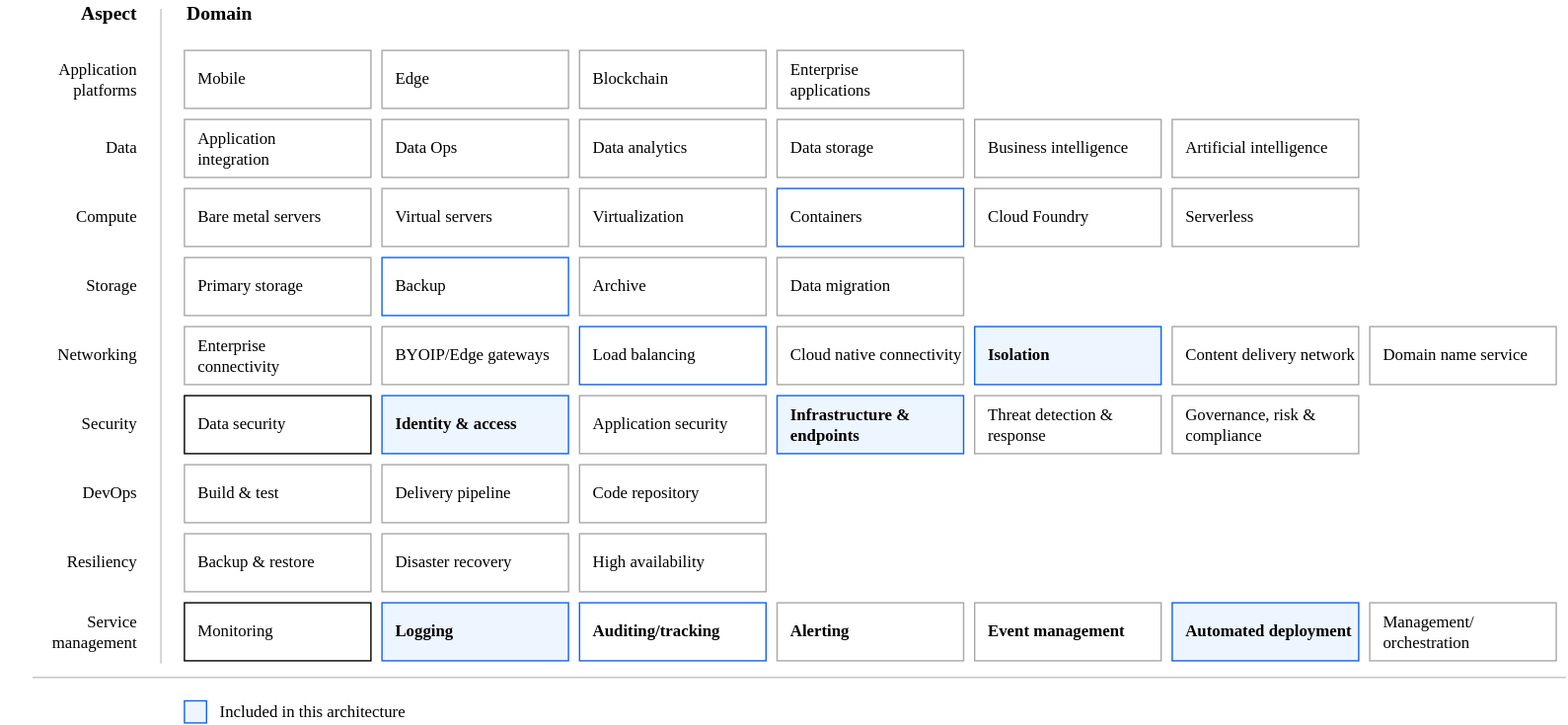
Earlier version of the draw.io export reference-architectures/heat-map-deploy-arch-slz-vpc-quickstart.svg (terraform-ibm-modules/terraform-ibm-landing-zone-vpc). Source tidied: cells renumbered, new cells last; positions are measured from the earlier drawing's top-left corner, leaving out a move shared by most shapes. Its diagram source:
```xml
<mxGraphModel>
  <root>
    <mxCell id="0" />
    <mxCell id="1" parent="0" />
    <mxCell id="2" value="Application&lt;br&gt;integration" style="rounded=0;whiteSpace=wrap;html=1;strokeColor=#A8A8A8;align=left;spacingLeft=8;fontFamily=IBM Plex Sans;fillColor=default;fontStyle=0;" parent="1" vertex="1">
      <mxGeometry x="133" y="86" width="135" height="42" as="geometry" />
    </mxCell>
    <mxCell id="3" value="Mobile" style="rounded=0;whiteSpace=wrap;html=1;strokeColor=#A8A8A8;align=left;spacingLeft=8;fontFamily=IBM Plex Sans;fontStyle=0;fillColor=default;" parent="1" vertex="1">
      <mxGeometry x="133" y="36" width="135" height="42" as="geometry" />
    </mxCell>
    <mxCell id="4" value="Bare metal servers" style="rounded=0;whiteSpace=wrap;html=1;strokeColor=#A8A8A8;align=left;spacingLeft=8;fontFamily=IBM Plex Sans;" parent="1" vertex="1">
      <mxGeometry x="133" y="136" width="135" height="42" as="geometry" />
    </mxCell>
    <mxCell id="5" value="Primary storage" style="rounded=0;whiteSpace=wrap;html=1;strokeColor=#A8A8A8;align=left;spacingLeft=8;fontFamily=IBM Plex Sans;" parent="1" vertex="1">
      <mxGeometry x="133" y="186" width="135" height="42" as="geometry" />
    </mxCell>
    <mxCell id="6" value="Enterprise &lt;br&gt;connectivity" style="rounded=0;whiteSpace=wrap;html=1;strokeColor=#A8A8A8;align=left;spacingLeft=8;fontFamily=IBM Plex Sans;fillColor=default;fontStyle=0;" parent="1" vertex="1">
      <mxGeometry x="133" y="236" width="135" height="42" as="geometry" />
    </mxCell>
    <mxCell id="7" value="Build &amp;amp; test" style="rounded=0;whiteSpace=wrap;html=1;strokeColor=#A8A8A8;align=left;spacingLeft=8;fontFamily=IBM Plex Sans;" parent="1" vertex="1">
      <mxGeometry x="133" y="336" width="135" height="42" as="geometry" />
    </mxCell>
    <mxCell id="8" value="Data security" style="rounded=0;whiteSpace=wrap;html=1;strokeColor=default;align=left;spacingLeft=8;fontFamily=IBM Plex Sans;fontStyle=0;fillColor=default;" parent="1" vertex="1">
      <mxGeometry x="133" y="286" width="135" height="42" as="geometry" />
    </mxCell>
    <mxCell id="9" value="Backup &amp;amp; restore" style="rounded=0;whiteSpace=wrap;html=1;strokeColor=#A8A8A8;align=left;spacingLeft=8;fontFamily=IBM Plex Sans;" parent="1" vertex="1">
      <mxGeometry x="133" y="386" width="135" height="42" as="geometry" />
    </mxCell>
    <mxCell id="10" value="Monitoring" style="rounded=0;whiteSpace=wrap;html=1;strokeColor=default;align=left;spacingLeft=8;fontFamily=IBM Plex Sans;fontStyle=0;fillColor=default;" parent="1" vertex="1">
      <mxGeometry x="133" y="436" width="135" height="42" as="geometry" />
    </mxCell>
    <mxCell id="11" value="Edge" style="rounded=0;whiteSpace=wrap;html=1;strokeColor=#A8A8A8;align=left;spacingLeft=8;fontFamily=IBM Plex Sans;fillColor=default;fontStyle=0;" parent="1" vertex="1">
      <mxGeometry x="276" y="36" width="135" height="42" as="geometry" />
    </mxCell>
    <mxCell id="12" value="Blockchain" style="rounded=0;whiteSpace=wrap;html=1;strokeColor=#A8A8A8;align=left;spacingLeft=8;fontFamily=IBM Plex Sans;fillColor=default;fontStyle=0;" parent="1" vertex="1">
      <mxGeometry x="419" y="36" width="135" height="42" as="geometry" />
    </mxCell>
    <mxCell id="13" value="Enterprise &lt;br&gt;applications" style="rounded=0;whiteSpace=wrap;html=1;strokeColor=#A8A8A8;align=left;spacingLeft=8;fontFamily=IBM Plex Sans;fillColor=default;fontStyle=0;" parent="1" vertex="1">
      <mxGeometry x="562" y="36" width="135" height="42" as="geometry" />
    </mxCell>
    <mxCell id="14" value="Data Ops" style="rounded=0;whiteSpace=wrap;html=1;strokeColor=#A8A8A8;align=left;spacingLeft=8;fontFamily=IBM Plex Sans;fillColor=default;fontStyle=0;" parent="1" vertex="1">
      <mxGeometry x="276" y="86" width="135" height="42" as="geometry" />
    </mxCell>
    <mxCell id="15" value="Data analytics" style="rounded=0;whiteSpace=wrap;html=1;strokeColor=#A8A8A8;align=left;spacingLeft=8;fontFamily=IBM Plex Sans;fillColor=default;fontStyle=0;" parent="1" vertex="1">
      <mxGeometry x="419" y="86" width="135" height="42" as="geometry" />
    </mxCell>
    <mxCell id="16" value="Data storage" style="rounded=0;whiteSpace=wrap;html=1;strokeColor=#A8A8A8;align=left;spacingLeft=8;fontFamily=IBM Plex Sans;fillColor=default;fontStyle=0;" parent="1" vertex="1">
      <mxGeometry x="562" y="86" width="135" height="42" as="geometry" />
    </mxCell>
    <mxCell id="17" value="Business intelligence" style="rounded=0;whiteSpace=wrap;html=1;strokeColor=#A8A8A8;align=left;spacingLeft=8;fontFamily=IBM Plex Sans;fillColor=default;fontStyle=0;" parent="1" vertex="1">
      <mxGeometry x="705" y="86" width="135" height="42" as="geometry" />
    </mxCell>
    <mxCell id="18" value="Virtual servers" style="rounded=0;whiteSpace=wrap;html=1;strokeColor=#A8A8A8;align=left;spacingLeft=8;fontFamily=IBM Plex Sans;fillColor=#FFFFFF;fontStyle=0;" parent="1" vertex="1">
      <mxGeometry x="276" y="136" width="135" height="42" as="geometry" />
    </mxCell>
    <mxCell id="19" value="Virtualization" style="rounded=0;whiteSpace=wrap;html=1;strokeColor=#A8A8A8;align=left;spacingLeft=8;fontFamily=IBM Plex Sans;fillColor=default;fontStyle=0;" parent="1" vertex="1">
      <mxGeometry x="419" y="136" width="135" height="42" as="geometry" />
    </mxCell>
    <mxCell id="20" value="Containers" style="rounded=0;whiteSpace=wrap;html=1;strokeColor=light-dark(#0E62FD,#5D5D5D);align=left;spacingLeft=8;fontFamily=IBM Plex Sans;fillColor=default;fontStyle=0;" parent="1" vertex="1">
      <mxGeometry x="562" y="136" width="135" height="42" as="geometry" />
    </mxCell>
    <mxCell id="21" value="Cloud Foundry" style="rounded=0;whiteSpace=wrap;html=1;strokeColor=#A8A8A8;align=left;spacingLeft=8;fontFamily=IBM Plex Sans;fillColor=default;fontStyle=0;" parent="1" vertex="1">
      <mxGeometry x="705" y="136" width="135" height="42" as="geometry" />
    </mxCell>
    <mxCell id="22" value="Serverless" style="rounded=0;whiteSpace=wrap;html=1;strokeColor=#A8A8A8;align=left;spacingLeft=8;fontFamily=IBM Plex Sans;fillColor=default;fontStyle=0;" parent="1" vertex="1">
      <mxGeometry x="848" y="136" width="135" height="42" as="geometry" />
    </mxCell>
    <mxCell id="23" value="Backup" style="rounded=0;whiteSpace=wrap;html=1;strokeColor=light-dark(#0E62FD,#5D5D5D);align=left;spacingLeft=8;fontFamily=IBM Plex Sans;fillColor=default;fontStyle=0;" parent="1" vertex="1">
      <mxGeometry x="276" y="186" width="135" height="42" as="geometry" />
    </mxCell>
    <mxCell id="24" value="Archive" style="rounded=0;whiteSpace=wrap;html=1;strokeColor=#A8A8A8;align=left;spacingLeft=8;fontFamily=IBM Plex Sans;fillColor=default;fontStyle=0;" parent="1" vertex="1">
      <mxGeometry x="419" y="186" width="135" height="42" as="geometry" />
    </mxCell>
    <mxCell id="25" value="Data migration" style="rounded=0;whiteSpace=wrap;html=1;strokeColor=#A8A8A8;align=left;spacingLeft=8;fontFamily=IBM Plex Sans;fillColor=default;fontStyle=0;" parent="1" vertex="1">
      <mxGeometry x="562" y="186" width="135" height="42" as="geometry" />
    </mxCell>
    <mxCell id="26" value="BYOIP/Edge gateways" style="rounded=0;whiteSpace=wrap;html=1;strokeColor=#A8A8A8;align=left;spacingLeft=8;fontFamily=IBM Plex Sans;fillColor=default;fontStyle=0;" parent="1" vertex="1">
      <mxGeometry x="276" y="236" width="135" height="42" as="geometry" />
    </mxCell>
    <mxCell id="27" value="Load balancing" style="rounded=0;whiteSpace=wrap;html=1;strokeColor=light-dark(#0E62FD,#5D5D5D);align=left;spacingLeft=8;fontFamily=IBM Plex Sans;fillColor=default;fontStyle=0;" parent="1" vertex="1">
      <mxGeometry x="419" y="236" width="135" height="42" as="geometry" />
    </mxCell>
    <mxCell id="28" value="Cloud native connectivity" style="rounded=0;whiteSpace=wrap;html=1;strokeColor=#A8A8A8;align=left;spacingLeft=8;fontFamily=IBM Plex Sans;fillColor=default;fontStyle=0;" parent="1" vertex="1">
      <mxGeometry x="562" y="236" width="135" height="42" as="geometry" />
    </mxCell>
    <mxCell id="29" value="Isolation" style="rounded=0;whiteSpace=wrap;html=1;strokeColor=#0E62FD;align=left;spacingLeft=8;fontFamily=IBM Plex Sans;fillColor=#EDF5FF;fontStyle=1;" parent="1" vertex="1">
      <mxGeometry x="705" y="236" width="135" height="42" as="geometry" />
    </mxCell>
    <mxCell id="30" value="Content delivery network" style="rounded=0;whiteSpace=wrap;html=1;strokeColor=#A8A8A8;align=left;spacingLeft=8;fontFamily=IBM Plex Sans;fillColor=default;fontStyle=0;" parent="1" vertex="1">
      <mxGeometry x="848" y="236" width="135" height="42" as="geometry" />
    </mxCell>
    <mxCell id="31" value="Domain name service" style="rounded=0;whiteSpace=wrap;html=1;strokeColor=#A8A8A8;align=left;spacingLeft=8;fontFamily=IBM Plex Sans;fillColor=default;fontStyle=0;" parent="1" vertex="1">
      <mxGeometry x="991" y="236" width="135" height="42" as="geometry" />
    </mxCell>
    <mxCell id="32" value="Identity &amp;amp; access" style="rounded=0;whiteSpace=wrap;html=1;strokeColor=light-dark(#0E62FD,#5CA4FF);align=left;spacingLeft=8;fontFamily=IBM Plex Sans;fillColor=light-dark(#EDF5FF,#151C24);fontStyle=1;" parent="1" vertex="1">
      <mxGeometry x="276" y="286" width="135" height="42" as="geometry" />
    </mxCell>
    <mxCell id="33" value="Application security" style="rounded=0;whiteSpace=wrap;html=1;strokeColor=#A8A8A8;align=left;spacingLeft=8;fontFamily=IBM Plex Sans;fillColor=default;fontStyle=0;" parent="1" vertex="1">
      <mxGeometry x="419" y="286" width="135" height="42" as="geometry" />
    </mxCell>
    <mxCell id="34" value="Infrastructure &amp;amp; endpoints" style="rounded=0;whiteSpace=wrap;html=1;strokeColor=#0E62FD;align=left;spacingLeft=8;fontFamily=IBM Plex Sans;fillColor=#EDF5FF;fontStyle=1;" parent="1" vertex="1">
      <mxGeometry x="562" y="286" width="135" height="42" as="geometry" />
    </mxCell>
    <mxCell id="35" value="Threat detection &amp;amp; response" style="rounded=0;whiteSpace=wrap;html=1;strokeColor=#A8A8A8;align=left;spacingLeft=8;fontFamily=IBM Plex Sans;fillColor=default;fontStyle=0;" parent="1" vertex="1">
      <mxGeometry x="705" y="286" width="135" height="42" as="geometry" />
    </mxCell>
    <mxCell id="36" value="Governance, risk &amp;amp; compliance" style="rounded=0;whiteSpace=wrap;html=1;strokeColor=#A8A8A8;align=left;spacingLeft=8;fontFamily=IBM Plex Sans;fillColor=default;fontStyle=0;" parent="1" vertex="1">
      <mxGeometry x="848" y="286" width="135" height="42" as="geometry" />
    </mxCell>
    <mxCell id="37" value="Delivery pipeline" style="rounded=0;whiteSpace=wrap;html=1;strokeColor=#A8A8A8;align=left;spacingLeft=8;fontFamily=IBM Plex Sans;fillColor=default;fontStyle=0;" parent="1" vertex="1">
      <mxGeometry x="276" y="336" width="135" height="42" as="geometry" />
    </mxCell>
    <mxCell id="38" value="Code repository" style="rounded=0;whiteSpace=wrap;html=1;strokeColor=#A8A8A8;align=left;spacingLeft=8;fontFamily=IBM Plex Sans;fillColor=default;fontStyle=0;" parent="1" vertex="1">
      <mxGeometry x="419" y="336" width="135" height="42" as="geometry" />
    </mxCell>
    <mxCell id="39" value="Disaster recovery" style="rounded=0;whiteSpace=wrap;html=1;strokeColor=#A8A8A8;align=left;spacingLeft=8;fontFamily=IBM Plex Sans;fillColor=default;fontStyle=0;" parent="1" vertex="1">
      <mxGeometry x="276" y="386" width="135" height="42" as="geometry" />
    </mxCell>
    <mxCell id="40" value="High availability" style="rounded=0;whiteSpace=wrap;html=1;strokeColor=#A8A8A8;align=left;spacingLeft=8;fontFamily=IBM Plex Sans;fillColor=default;fontStyle=0;" parent="1" vertex="1">
      <mxGeometry x="419" y="386" width="135" height="42" as="geometry" />
    </mxCell>
    <mxCell id="41" value="Logging" style="rounded=0;whiteSpace=wrap;html=1;strokeColor=light-dark(#0E62FD,#5CA4FF);align=left;spacingLeft=8;fontFamily=IBM Plex Sans;fillColor=light-dark(#EDF5FF,#151C24);fontStyle=1;" parent="1" vertex="1">
      <mxGeometry x="276" y="436" width="135" height="42" as="geometry" />
    </mxCell>
    <mxCell id="42" value="Auditing/tracking" style="rounded=0;whiteSpace=wrap;html=1;strokeColor=light-dark(#0E62FD,#5CA4FF);align=left;spacingLeft=8;fontFamily=IBM Plex Sans;fillColor=default;fontStyle=1;" parent="1" vertex="1">
      <mxGeometry x="419" y="436" width="135" height="42" as="geometry" />
    </mxCell>
    <mxCell id="43" value="Alerting" style="rounded=0;whiteSpace=wrap;html=1;strokeColor=light-dark(#A8A8A8,#5CA4FF);align=left;spacingLeft=8;fontFamily=IBM Plex Sans;fillColor=light-dark(#FFFFFF,#151C24);fontStyle=1;" parent="1" vertex="1">
      <mxGeometry x="562" y="436" width="135" height="42" as="geometry" />
    </mxCell>
    <mxCell id="44" value="Event management" style="rounded=0;whiteSpace=wrap;html=1;strokeColor=light-dark(#A8A8A8,#5CA4FF);align=left;spacingLeft=8;fontFamily=IBM Plex Sans;fillColor=light-dark(#FFFFFF,#151C24);fontStyle=1;" parent="1" vertex="1">
      <mxGeometry x="705" y="436" width="135" height="42" as="geometry" />
    </mxCell>
    <mxCell id="45" value="Automated deployment" style="rounded=0;whiteSpace=wrap;html=1;strokeColor=#0E62FD;align=left;spacingLeft=8;fontFamily=IBM Plex Sans;fillColor=#EDF5FF;fontStyle=1;" parent="1" vertex="1">
      <mxGeometry x="848" y="436" width="135" height="42" as="geometry" />
    </mxCell>
    <mxCell id="46" value="Management/&lt;br&gt;orchestration" style="rounded=0;whiteSpace=wrap;html=1;strokeColor=#A8A8A8;align=left;spacingLeft=8;fontFamily=IBM Plex Sans;fillColor=default;fontStyle=0;" parent="1" vertex="1">
      <mxGeometry x="991" y="436" width="135" height="42" as="geometry" />
    </mxCell>
    <mxCell id="47" style="endArrow=none;html=1;rounded=0;fontFamily=IBM Plex Sans;fontSize=12;fontColor=default;strokeColor=#C6C6C6;" parent="1" edge="1">
      <mxGeometry relative="1" as="geometry">
        <mxPoint x="116" y="480" as="sourcePoint" />
        <mxPoint x="116" y="6" as="targetPoint" />
      </mxGeometry>
    </mxCell>
    <mxCell id="48" value="Domain" style="text;strokeColor=none;fillColor=none;html=1;fontSize=14;fontStyle=1;verticalAlign=middle;align=left;rounded=0;fontFamily=IBM Plex Sans;fontColor=default;" parent="1" vertex="1">
      <mxGeometry x="133" width="100" height="20" as="geometry" />
    </mxCell>
    <mxCell id="49" value="Aspect" style="text;strokeColor=none;fillColor=none;html=1;fontSize=14;fontStyle=1;verticalAlign=middle;align=right;rounded=0;fontFamily=IBM Plex Sans;fontColor=default;" parent="1" vertex="1">
      <mxGeometry width="100" height="20" as="geometry" />
    </mxCell>
    <mxCell id="50" value="Application &lt;br&gt;platforms" style="text;strokeColor=none;fillColor=none;html=1;fontSize=12;fontStyle=0;verticalAlign=middle;align=right;rounded=0;fontFamily=IBM Plex Sans;fontColor=default;" parent="1" vertex="1">
      <mxGeometry y="47" width="100" height="20" as="geometry" />
    </mxCell>
    <mxCell id="51" value="Data" style="text;strokeColor=none;fillColor=none;html=1;fontSize=12;fontStyle=0;verticalAlign=middle;align=right;rounded=0;fontFamily=IBM Plex Sans;fontColor=default;" parent="1" vertex="1">
      <mxGeometry y="97" width="100" height="20" as="geometry" />
    </mxCell>
    <mxCell id="52" value="Compute" style="text;strokeColor=none;fillColor=none;html=1;fontSize=12;fontStyle=0;verticalAlign=middle;align=right;rounded=0;fontFamily=IBM Plex Sans;fontColor=default;" parent="1" vertex="1">
      <mxGeometry y="147" width="100" height="20" as="geometry" />
    </mxCell>
    <mxCell id="53" value="Storage" style="text;strokeColor=none;fillColor=none;html=1;fontSize=12;fontStyle=0;verticalAlign=middle;align=right;rounded=0;fontFamily=IBM Plex Sans;fontColor=default;" parent="1" vertex="1">
      <mxGeometry y="197" width="100" height="20" as="geometry" />
    </mxCell>
    <mxCell id="54" value="Networking" style="text;strokeColor=none;fillColor=none;html=1;fontSize=12;fontStyle=0;verticalAlign=middle;align=right;rounded=0;fontFamily=IBM Plex Sans;fontColor=default;" parent="1" vertex="1">
      <mxGeometry y="247" width="100" height="20" as="geometry" />
    </mxCell>
    <mxCell id="55" value="Security" style="text;strokeColor=none;fillColor=none;html=1;fontSize=12;fontStyle=0;verticalAlign=middle;align=right;rounded=0;fontFamily=IBM Plex Sans;fontColor=default;" parent="1" vertex="1">
      <mxGeometry y="297" width="100" height="20" as="geometry" />
    </mxCell>
    <mxCell id="56" value="DevOps" style="text;strokeColor=none;fillColor=none;html=1;fontSize=12;fontStyle=0;verticalAlign=middle;align=right;rounded=0;fontFamily=IBM Plex Sans;fontColor=default;" parent="1" vertex="1">
      <mxGeometry y="347" width="100" height="20" as="geometry" />
    </mxCell>
    <mxCell id="57" value="Resiliency" style="text;strokeColor=none;fillColor=none;html=1;fontSize=12;fontStyle=0;verticalAlign=middle;align=right;rounded=0;fontFamily=IBM Plex Sans;fontColor=default;" parent="1" vertex="1">
      <mxGeometry y="397" width="100" height="20" as="geometry" />
    </mxCell>
    <mxCell id="58" value="Service&lt;br&gt;management" style="text;strokeColor=none;fillColor=none;html=1;fontSize=12;fontStyle=0;verticalAlign=middle;align=right;rounded=0;fontFamily=IBM Plex Sans;fontColor=default;" parent="1" vertex="1">
      <mxGeometry y="447" width="100" height="20" as="geometry" />
    </mxCell>
    <mxCell id="59" style="endArrow=none;html=1;rounded=0;fontFamily=IBM Plex Sans;fontSize=12;fontColor=default;strokeColor=#C6C6C6;" parent="1" edge="1">
      <mxGeometry relative="1" as="geometry">
        <mxPoint x="23" y="490" as="sourcePoint" />
        <mxPoint x="1133" y="490" as="targetPoint" />
      </mxGeometry>
    </mxCell>
    <mxCell id="60" style="rounded=0;whiteSpace=wrap;html=1;strokeColor=#0E62FD;align=left;spacingLeft=8;fontFamily=IBM Plex Sans;fontStyle=1;fillColor=#EDF5FF;" parent="1" vertex="1">
      <mxGeometry x="133" y="507" width="16" height="16" as="geometry" />
    </mxCell>
    <mxCell id="61" value="Included in this architecture" style="text;strokeColor=none;fillColor=none;html=1;fontSize=12;fontStyle=0;verticalAlign=middle;align=left;rounded=0;fontFamily=IBM Plex Sans;fontColor=default;" parent="1" vertex="1">
      <mxGeometry x="157" y="505" width="100" height="20" as="geometry" />
    </mxCell>
    <mxCell id="62" value="Artificial intelligence" style="rounded=0;whiteSpace=wrap;html=1;strokeColor=#A8A8A8;align=left;spacingLeft=8;fontFamily=IBM Plex Sans;fillColor=default;fontStyle=0;" parent="1" vertex="1">
      <mxGeometry x="848" y="86" width="135" height="42" as="geometry" />
    </mxCell>
  </root>
</mxGraphModel>
```
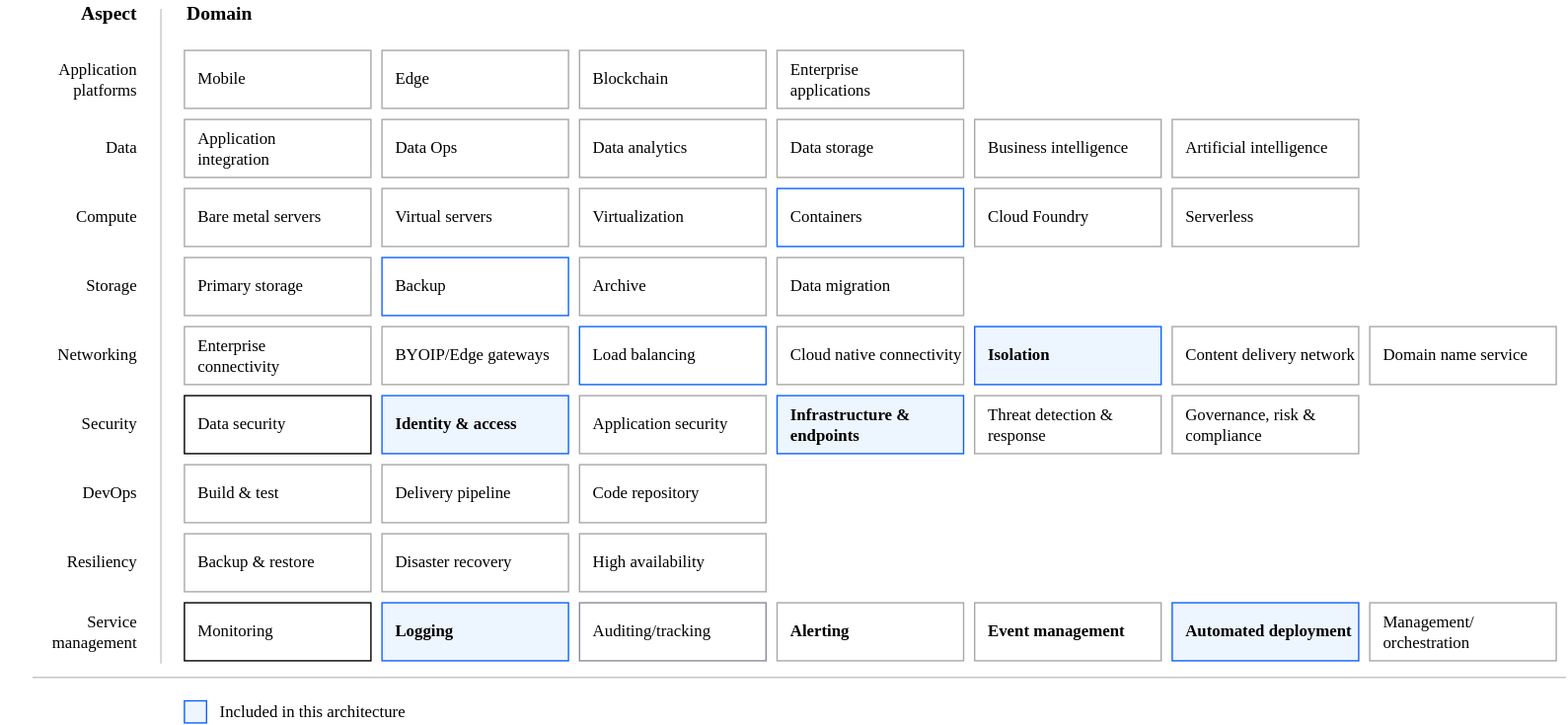
The same diagram one commit later.

Commit message:
updated ref_arch

Diff of the diagram source:
```diff
@@ -122,7 +122,7 @@
     <mxCell id="41" value="Logging" style="rounded=0;whiteSpace=wrap;html=1;strokeColor=light-dark(#0E62FD,#5CA4FF);align=left;spacingLeft=8;fontFamily=IBM Plex Sans;fillColor=light-dark(#EDF5FF,#151C24);fontStyle=1;" parent="1" vertex="1">
       <mxGeometry x="276" y="436" width="135" height="42" as="geometry" />
     </mxCell>
-    <mxCell id="42" value="Auditing/tracking" style="rounded=0;whiteSpace=wrap;html=1;strokeColor=light-dark(#0E62FD,#5CA4FF);align=left;spacingLeft=8;fontFamily=IBM Plex Sans;fillColor=default;fontStyle=1;" parent="1" vertex="1">
+    <mxCell id="42" value="&lt;span style=&quot;font-weight: normal;&quot;&gt;Auditing/tracking&lt;/span&gt;" style="rounded=0;whiteSpace=wrap;html=1;strokeColor=light-dark(#878D96,#000000);align=left;spacingLeft=8;fontFamily=IBM Plex Sans;fillColor=default;fontStyle=1;" parent="1" vertex="1">
       <mxGeometry x="419" y="436" width="135" height="42" as="geometry" />
     </mxCell>
     <mxCell id="43" value="Alerting" style="rounded=0;whiteSpace=wrap;html=1;strokeColor=light-dark(#A8A8A8,#5CA4FF);align=left;spacingLeft=8;fontFamily=IBM Plex Sans;fillColor=light-dark(#FFFFFF,#151C24);fontStyle=1;" parent="1" vertex="1">
```
